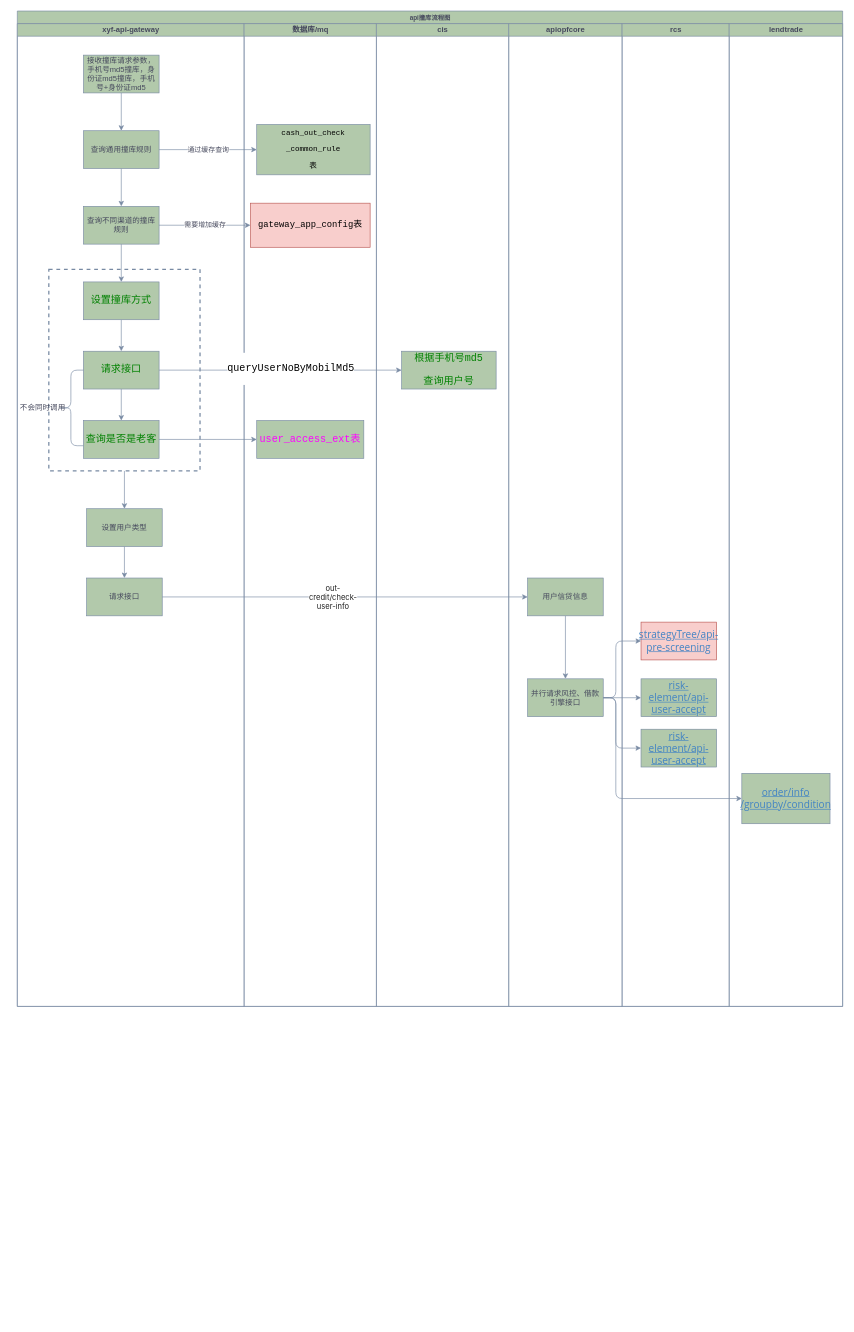
Earlier version of the draw.io diagram api撞库.drawio (yuanlj-tea/picgo). Source tidied: cells renumbered, new cells numbered last; positions are measured from the earlier drawing's top-left corner, leaving out a move shared by most shapes. Both pictures are drawn from the tidied source at 63%, with x=0, y=0 at pixel (11, 11).
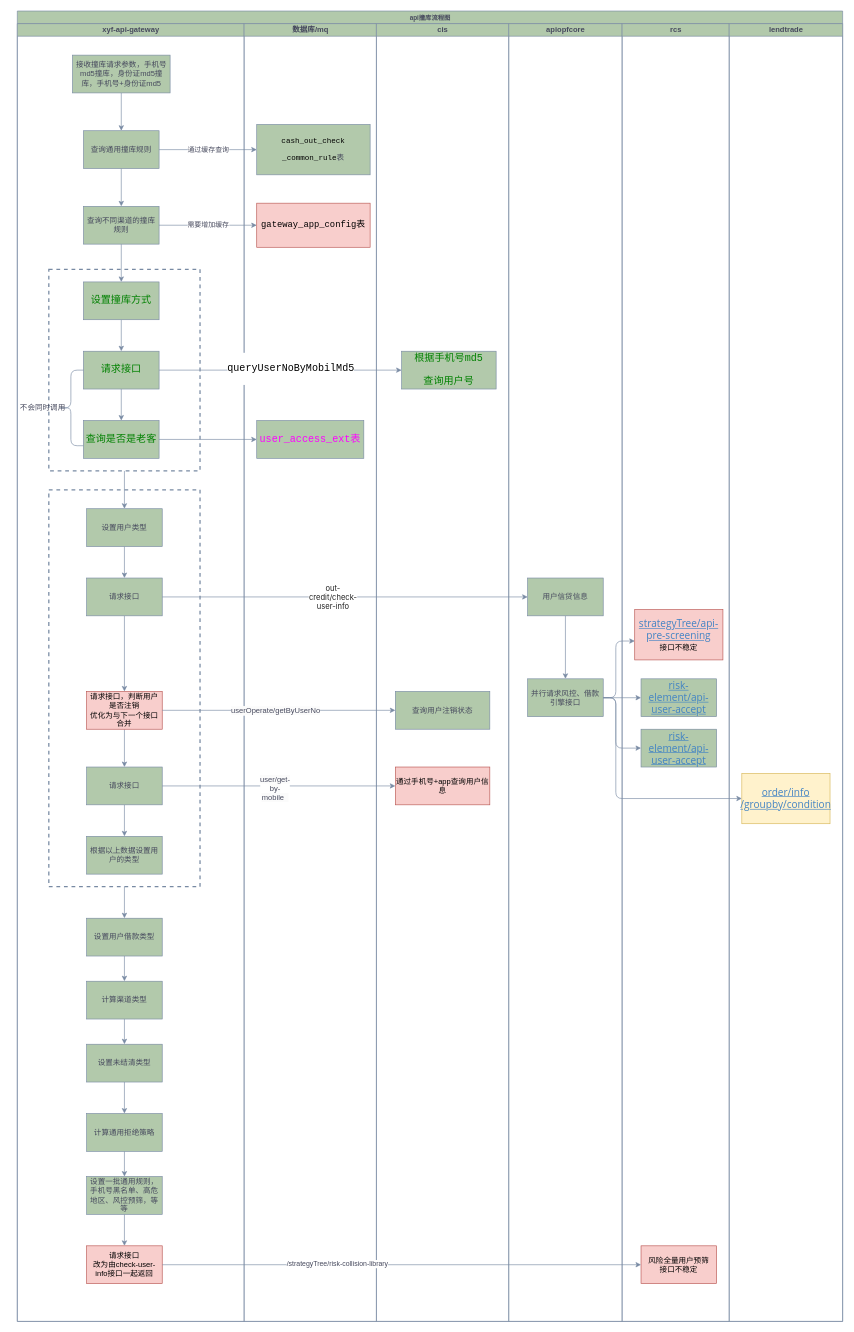
The same page after the edit.

Unchanged cells that the change refers to:
```xml
<mxCell id="21" value="请求接口" style="rounded=0;whiteSpace=wrap;html=1;fillColor=#B2C9AB;strokeColor=#788AA3;labelBackgroundColor=none;fontColor=#46495D;" parent="3" vertex="1">
  <mxGeometry x="110" y="880" width="120" height="60" as="geometry" />
</mxCell>
```

Diff of the diagram source:
```diff
@@
     <mxCell id="2" value="api撞库流程图" style="swimlane;startSize=20;html=1;labelBackgroundColor=none;fillColor=#B2C9AB;strokeColor=#788AA3;fontColor=#46495D;fontSize=10;" parent="1" vertex="1">
-      <mxGeometry x="10" width="1310" height="1580" as="geometry" />
+      <mxGeometry x="10" width="1310" height="2080" as="geometry" />
     </mxCell>
     <mxCell id="3" value="xyf-api-gateway" style="swimlane;startSize=20;html=1;labelBackgroundColor=none;fillColor=#B2C9AB;strokeColor=#788AA3;fontColor=#46495D;" parent="2" vertex="1">
-      <mxGeometry y="20" width="360" height="1560" as="geometry" />
+      <mxGeometry y="20" width="360" height="2060" as="geometry" />
     </mxCell>
+    <mxCell id="49" style="edgeStyle=orthogonalEdgeStyle;curved=0;rounded=1;jettySize=auto;html=1;entryX=0.5;entryY=0;entryDx=0;entryDy=0;strokeColor=#788AA3;align=center;verticalAlign=middle;fontFamily=Helvetica;fontSize=11;fontColor=#46495D;labelBackgroundColor=default;endArrow=classic;fillColor=#B2C9AB;" parent="3" edge="1" source="50" target="58">
+      <mxGeometry relative="1" as="geometry" />
+    </mxCell>
+    <mxCell id="50" style="rounded=0;whiteSpace=wrap;html=1;strokeColor=#788AA3;fontColor=#46495D;fillColor=none;strokeWidth=2;dashed=1;" parent="3" vertex="1">
+      <mxGeometry x="50" y="740" width="240" height="630" as="geometry" />
+    </mxCell>
@@
     <mxCell id="6" value="接收撞库请求参数，手机号md5撞库，身份证md5撞库，手机号+身份证md5" style="rounded=0;whiteSpace=wrap;html=1;fillColor=#B2C9AB;strokeColor=#788AA3;labelBackgroundColor=none;fontColor=#46495D;" parent="3" vertex="1">
-      <mxGeometry x="105" y="50" width="120" height="60" as="geometry" />
+      <mxGeometry x="87.5" y="50" width="155" height="60" as="geometry" />
     </mxCell>
@@
+    <mxCell id="51" style="edgeStyle=orthogonalEdgeStyle;curved=0;rounded=1;jettySize=auto;html=1;strokeColor=#788AA3;align=center;verticalAlign=middle;fontFamily=Helvetica;fontSize=11;fontColor=#46495D;labelBackgroundColor=default;endArrow=classic;fillColor=#B2C9AB;" parent="3" edge="1" source="21" target="53">
+      <mxGeometry relative="1" as="geometry" />
+    </mxCell>
@@
+    <mxCell id="52" style="edgeStyle=orthogonalEdgeStyle;curved=0;rounded=1;jettySize=auto;html=1;entryX=0.5;entryY=0;entryDx=0;entryDy=0;strokeColor=#788AA3;align=center;verticalAlign=middle;fontFamily=Helvetica;fontSize=11;fontColor=#46495D;labelBackgroundColor=default;endArrow=classic;fillColor=#B2C9AB;" parent="3" edge="1" source="53" target="55">
+      <mxGeometry relative="1" as="geometry" />
+    </mxCell>
+    <mxCell id="53" value="请求接口，判断用户是否注销&lt;div&gt;优化为与下一个接口合并&lt;/div&gt;" style="rounded=0;whiteSpace=wrap;html=1;fillColor=#f8cecc;strokeColor=#b85450;labelBackgroundColor=none;" parent="3" vertex="1">
+      <mxGeometry x="110" y="1060" width="120" height="60" as="geometry" />
+    </mxCell>
+    <mxCell id="54" style="edgeStyle=orthogonalEdgeStyle;curved=0;rounded=1;jettySize=auto;html=1;strokeColor=#788AA3;align=center;verticalAlign=middle;fontFamily=Helvetica;fontSize=11;fontColor=#46495D;labelBackgroundColor=default;endArrow=classic;fillColor=#B2C9AB;" parent="3" edge="1" source="55" target="56">
+      <mxGeometry relative="1" as="geometry" />
+    </mxCell>
+    <mxCell id="55" value="请求接口" style="rounded=0;whiteSpace=wrap;html=1;fillColor=#B2C9AB;strokeColor=#788AA3;labelBackgroundColor=none;fontColor=#46495D;" parent="3" vertex="1">
+      <mxGeometry x="110" y="1180" width="120" height="60" as="geometry" />
+    </mxCell>
+    <mxCell id="56" value="根据以上数据设置用户的类型" style="rounded=0;whiteSpace=wrap;html=1;fillColor=#B2C9AB;strokeColor=#788AA3;labelBackgroundColor=none;fontColor=#46495D;" parent="3" vertex="1">
+      <mxGeometry x="110" y="1290" width="120" height="60" as="geometry" />
+    </mxCell>
+    <mxCell id="57" style="edgeStyle=orthogonalEdgeStyle;curved=0;rounded=1;jettySize=auto;html=1;strokeColor=#788AA3;align=center;verticalAlign=middle;fontFamily=Helvetica;fontSize=11;fontColor=#46495D;labelBackgroundColor=default;endArrow=classic;fillColor=#B2C9AB;" parent="3" edge="1" source="58" target="60">
+      <mxGeometry relative="1" as="geometry" />
+    </mxCell>
+    <mxCell id="58" value="设置用户借款类型" style="rounded=0;whiteSpace=wrap;html=1;fillColor=#B2C9AB;strokeColor=#788AA3;labelBackgroundColor=none;fontColor=#46495D;" parent="3" vertex="1">
+      <mxGeometry x="110" y="1420" width="120" height="60" as="geometry" />
+    </mxCell>
+    <mxCell id="59" style="edgeStyle=orthogonalEdgeStyle;curved=0;rounded=1;jettySize=auto;html=1;strokeColor=#788AA3;align=center;verticalAlign=middle;fontFamily=Helvetica;fontSize=11;fontColor=#46495D;labelBackgroundColor=default;endArrow=classic;fillColor=#B2C9AB;" parent="3" edge="1" source="60" target="62">
+      <mxGeometry relative="1" as="geometry" />
+    </mxCell>
+    <mxCell id="60" value="计算渠道类型" style="rounded=0;whiteSpace=wrap;html=1;fillColor=#B2C9AB;strokeColor=#788AA3;labelBackgroundColor=none;fontColor=#46495D;" parent="3" vertex="1">
+      <mxGeometry x="110" y="1520" width="120" height="60" as="geometry" />
+    </mxCell>
+    <mxCell id="61" style="edgeStyle=orthogonalEdgeStyle;curved=0;rounded=1;jettySize=auto;html=1;strokeColor=#788AA3;align=center;verticalAlign=middle;fontFamily=Helvetica;fontSize=11;fontColor=#46495D;labelBackgroundColor=default;endArrow=classic;fillColor=#B2C9AB;" parent="3" edge="1" source="62" target="64">
+      <mxGeometry relative="1" as="geometry" />
+    </mxCell>
+    <mxCell id="62" value="设置未结清类型" style="rounded=0;whiteSpace=wrap;html=1;fillColor=#B2C9AB;strokeColor=#788AA3;labelBackgroundColor=none;fontColor=#46495D;" parent="3" vertex="1">
+      <mxGeometry x="110" y="1620" width="120" height="60" as="geometry" />
+    </mxCell>
+    <mxCell id="63" style="edgeStyle=orthogonalEdgeStyle;curved=0;rounded=1;jettySize=auto;html=1;strokeColor=#788AA3;align=center;verticalAlign=middle;fontFamily=Helvetica;fontSize=11;fontColor=#46495D;labelBackgroundColor=default;endArrow=classic;fillColor=#B2C9AB;" parent="3" edge="1" source="64" target="66">
+      <mxGeometry relative="1" as="geometry" />
+    </mxCell>
+    <mxCell id="64" value="计算通用拒绝策略" style="rounded=0;whiteSpace=wrap;html=1;fillColor=#B2C9AB;strokeColor=#788AA3;labelBackgroundColor=none;fontColor=#46495D;" parent="3" vertex="1">
+      <mxGeometry x="110" y="1730" width="120" height="60" as="geometry" />
+    </mxCell>
+    <mxCell id="65" style="edgeStyle=orthogonalEdgeStyle;curved=0;rounded=1;jettySize=auto;html=1;strokeColor=#788AA3;align=center;verticalAlign=middle;fontFamily=Helvetica;fontSize=11;fontColor=#46495D;labelBackgroundColor=default;endArrow=classic;fillColor=#B2C9AB;" parent="3" edge="1" source="66" target="67">
+      <mxGeometry relative="1" as="geometry" />
+    </mxCell>
+    <mxCell id="66" value="设置一批通用规则，手机号黑名单、高危地区、风控预筛，等等" style="rounded=0;whiteSpace=wrap;html=1;fillColor=#B2C9AB;strokeColor=#788AA3;labelBackgroundColor=none;fontColor=#46495D;" parent="3" vertex="1">
+      <mxGeometry x="110" y="1830" width="120" height="60" as="geometry" />
+    </mxCell>
+    <mxCell id="67" value="请求接口&lt;div&gt;改为由check-user-info接口一起返回&lt;/div&gt;" style="rounded=0;whiteSpace=wrap;html=1;fillColor=#f8cecc;strokeColor=#b85450;labelBackgroundColor=none;" parent="3" vertex="1">
+      <mxGeometry x="110" y="1940" width="120" height="60" as="geometry" />
+    </mxCell>
     <mxCell id="22" value="数据库/mq" style="swimlane;startSize=20;html=1;labelBackgroundColor=none;fillColor=#B2C9AB;strokeColor=#788AA3;fontColor=#46495D;" parent="2" vertex="1">
-      <mxGeometry x="360" y="20" width="210" height="1560" as="geometry" />
+      <mxGeometry x="360" y="20" width="210" height="2060" as="geometry" />
     </mxCell>
-    <mxCell id="23" value="&lt;div style=&quot;font-family: Menlo-Regular, monospace; font-size: 12px;&quot;&gt;&lt;pre style=&quot;&quot;&gt;&lt;font color=&quot;#000000&quot;&gt;cash_out_check&lt;/font&gt;&lt;/pre&gt;&lt;pre style=&quot;&quot;&gt;&lt;font color=&quot;#000000&quot;&gt;_common_rule&lt;/font&gt;&lt;/pre&gt;&lt;pre style=&quot;&quot;&gt;&lt;font color=&quot;#000000&quot;&gt;表&lt;/font&gt;&lt;/pre&gt;&lt;/div&gt;" style="html=1;fillColor=#B2C9AB;strokeColor=#788AA3;fontColor=#46495D;rounded=0;labelBackgroundColor=none;fontSize=11;whiteSpace=wrap;" parent="22" vertex="1">
+    <mxCell id="23" value="&lt;div style=&quot;font-family: Menlo-Regular, monospace; font-size: 12px;&quot;&gt;&lt;pre style=&quot;&quot;&gt;&lt;font color=&quot;#000000&quot;&gt;cash_out_check&lt;/font&gt;&lt;/pre&gt;&lt;pre style=&quot;&quot;&gt;&lt;font color=&quot;#000000&quot;&gt;_common_rule&lt;/font&gt;表&lt;/pre&gt;&lt;/div&gt;" style="html=1;fillColor=#B2C9AB;strokeColor=#788AA3;fontColor=#46495D;rounded=0;labelBackgroundColor=none;fontSize=11;whiteSpace=wrap;" parent="22" vertex="1">
       <mxGeometry x="20" y="160" width="180" height="80" as="geometry" />
     </mxCell>
     <mxCell id="24" value="&lt;div style=&quot;font-family: Menlo-Regular, monospace;&quot;&gt;&lt;pre style=&quot;&quot;&gt;&lt;font style=&quot;font-size: 14px;&quot;&gt;gateway_app_config表&lt;/font&gt;&lt;/pre&gt;&lt;/div&gt;" style="rounded=0;whiteSpace=wrap;html=1;fillColor=#f8cecc;strokeColor=#b85450;labelBackgroundColor=none;" parent="22" vertex="1">
-      <mxGeometry x="10" y="285" width="190" height="70" as="geometry" />
+      <mxGeometry x="20" y="285" width="180" height="70" as="geometry" />
     </mxCell>
@@
     <mxCell id="26" value="cis" style="swimlane;startSize=20;html=1;labelBackgroundColor=none;fillColor=#B2C9AB;strokeColor=#788AA3;fontColor=#46495D;" parent="2" vertex="1">
-      <mxGeometry x="570" y="20" width="210" height="1560" as="geometry" />
+      <mxGeometry x="570" y="20" width="210" height="2060" as="geometry" />
     </mxCell>
@@
+    <mxCell id="68" value="查询用户注销状态" style="rounded=0;whiteSpace=wrap;html=1;fillColor=#B2C9AB;strokeColor=#788AA3;labelBackgroundColor=none;fontColor=#46495D;" parent="26" vertex="1">
+      <mxGeometry x="30" y="1060" width="150" height="60" as="geometry" />
+    </mxCell>
+    <mxCell id="69" value="通过手机号+app查询用户信息" style="rounded=0;whiteSpace=wrap;html=1;fillColor=#f8cecc;strokeColor=#b85450;labelBackgroundColor=none;" parent="26" vertex="1">
+      <mxGeometry x="30" y="1180" width="150" height="60" as="geometry" />
+    </mxCell>
     <mxCell id="28" value="apiopfcore" style="swimlane;startSize=20;html=1;labelBackgroundColor=none;fillColor=#B2C9AB;strokeColor=#788AA3;fontColor=#46495D;" parent="2" vertex="1">
-      <mxGeometry x="780" y="20" width="180" height="1560" as="geometry" />
+      <mxGeometry x="780" y="20" width="180" height="2060" as="geometry" />
     </mxCell>
@@
     <mxCell id="32" value="rcs" style="swimlane;startSize=20;html=1;labelBackgroundColor=none;fillColor=#B2C9AB;strokeColor=#788AA3;fontColor=#46495D;" parent="2" vertex="1">
-      <mxGeometry x="960" y="20" width="170" height="1560" as="geometry" />
+      <mxGeometry x="960" y="20" width="170" height="2060" as="geometry" />
     </mxCell>
-    <mxCell id="33" value="&lt;a style=&quot;box-sizing: border-box; cursor: pointer; color: rgb(65, 131, 196); -webkit-user-drag: none; font-family: &amp;quot;Open Sans&amp;quot;, &amp;quot;Clear Sans&amp;quot;, &amp;quot;Helvetica Neue&amp;quot;, Helvetica, Arial, &amp;quot;Segoe UI Emoji&amp;quot;, sans-serif; font-size: 16px; orphans: 4; text-align: start; white-space-collapse: preserve; text-size-adjust: auto;&quot; href=&quot;http://rcs-provider.xinfei.io/strategyTree/api-pre-screening&quot;&gt;strategyTree/api-pre-screening&lt;/a&gt;" style="rounded=0;whiteSpace=wrap;html=1;fillColor=#f8cecc;strokeColor=#b85450;labelBackgroundColor=none;" parent="32" vertex="1">
-      <mxGeometry x="30" y="950" width="120" height="60" as="geometry" />
+    <mxCell id="33" value="&lt;a style=&quot;box-sizing: border-box; cursor: pointer; color: rgb(65, 131, 196); -webkit-user-drag: none; font-family: &amp;quot;Open Sans&amp;quot;, &amp;quot;Clear Sans&amp;quot;, &amp;quot;Helvetica Neue&amp;quot;, Helvetica, Arial, &amp;quot;Segoe UI Emoji&amp;quot;, sans-serif; font-size: 16px; orphans: 4; text-align: start; white-space-collapse: preserve; text-size-adjust: auto;&quot; href=&quot;http://rcs-provider.xinfei.io/strategyTree/api-pre-screening&quot;&gt;strategyTree/api-pre-screening&lt;/a&gt;&lt;div&gt;接口不稳定&lt;/div&gt;" style="rounded=0;whiteSpace=wrap;html=1;fillColor=#f8cecc;strokeColor=#b85450;labelBackgroundColor=none;" parent="32" vertex="1">
+      <mxGeometry x="20" y="930" width="140" height="80" as="geometry" />
     </mxCell>
@@
+    <mxCell id="70" value="风险全量用户预筛&lt;div&gt;接口不稳定&lt;/div&gt;" style="rounded=0;whiteSpace=wrap;html=1;fillColor=#f8cecc;strokeColor=#b85450;labelBackgroundColor=none;" parent="32" vertex="1">
+      <mxGeometry x="30" y="1940" width="120" height="60" as="geometry" />
+    </mxCell>
     <mxCell id="36" value="lendtrade" style="swimlane;startSize=20;html=1;labelBackgroundColor=none;fillColor=#B2C9AB;strokeColor=#788AA3;fontColor=#46495D;" parent="2" vertex="1">
-      <mxGeometry x="1130" y="20" width="180" height="1560" as="geometry" />
+      <mxGeometry x="1130" y="20" width="180" height="2060" as="geometry" />
     </mxCell>
-    <mxCell id="37" value="&lt;a style=&quot;box-sizing: border-box; cursor: pointer; color: rgb(65, 131, 196); outline: 0px; -webkit-user-drag: none; font-family: &amp;quot;Open Sans&amp;quot;, &amp;quot;Clear Sans&amp;quot;, &amp;quot;Helvetica Neue&amp;quot;, Helvetica, Arial, &amp;quot;Segoe UI Emoji&amp;quot;, sans-serif; font-size: 16px; orphans: 4; text-align: start; white-space-collapse: preserve; text-size-adjust: auto;&quot; href=&quot;http://lendtrade.xinfei.io/lend/query/v1/order/info/groupby/condition&quot;&gt;order/info&lt;/a&gt;&lt;div&gt;&lt;a style=&quot;box-sizing: border-box; cursor: pointer; color: rgb(65, 131, 196); outline: 0px; -webkit-user-drag: none; font-family: &amp;quot;Open Sans&amp;quot;, &amp;quot;Clear Sans&amp;quot;, &amp;quot;Helvetica Neue&amp;quot;, Helvetica, Arial, &amp;quot;Segoe UI Emoji&amp;quot;, sans-serif; font-size: 16px; orphans: 4; text-align: start; white-space-collapse: preserve; text-size-adjust: auto;&quot; href=&quot;http://lendtrade.xinfei.io/lend/query/v1/order/info/groupby/condition&quot;&gt;/groupby/&lt;/a&gt;&lt;a style=&quot;background-color: initial; white-space-collapse: preserve; box-sizing: border-box; cursor: pointer; color: rgb(65, 131, 196); outline: 0px; -webkit-user-drag: none; font-family: &amp;quot;Open Sans&amp;quot;, &amp;quot;Clear Sans&amp;quot;, &amp;quot;Helvetica Neue&amp;quot;, Helvetica, Arial, &amp;quot;Segoe UI Emoji&amp;quot;, sans-serif; font-size: 16px; orphans: 4; text-align: start; text-size-adjust: auto;&quot; href=&quot;http://lendtrade.xinfei.io/lend/query/v1/order/info/groupby/condition&quot;&gt;condition&lt;/a&gt;&lt;/div&gt;" style="rounded=0;html=1;fillColor=#B2C9AB;strokeColor=#788AA3;labelBackgroundColor=none;fontColor=#46495D;whiteSpace=wrap;" parent="36" vertex="1">
+    <mxCell id="37" value="&lt;a style=&quot;box-sizing: border-box; cursor: pointer; color: rgb(65, 131, 196); outline: 0px; -webkit-user-drag: none; font-family: &amp;quot;Open Sans&amp;quot;, &amp;quot;Clear Sans&amp;quot;, &amp;quot;Helvetica Neue&amp;quot;, Helvetica, Arial, &amp;quot;Segoe UI Emoji&amp;quot;, sans-serif; font-size: 16px; orphans: 4; text-align: start; white-space-collapse: preserve; text-size-adjust: auto;&quot; href=&quot;http://lendtrade.xinfei.io/lend/query/v1/order/info/groupby/condition&quot;&gt;order/info&lt;/a&gt;&lt;div&gt;&lt;a style=&quot;box-sizing: border-box; cursor: pointer; color: rgb(65, 131, 196); outline: 0px; -webkit-user-drag: none; font-family: &amp;quot;Open Sans&amp;quot;, &amp;quot;Clear Sans&amp;quot;, &amp;quot;Helvetica Neue&amp;quot;, Helvetica, Arial, &amp;quot;Segoe UI Emoji&amp;quot;, sans-serif; font-size: 16px; orphans: 4; text-align: start; white-space-collapse: preserve; text-size-adjust: auto;&quot; href=&quot;http://lendtrade.xinfei.io/lend/query/v1/order/info/groupby/condition&quot;&gt;/groupby/&lt;/a&gt;&lt;a style=&quot;background-color: initial; white-space-collapse: preserve; box-sizing: border-box; cursor: pointer; color: rgb(65, 131, 196); outline: 0px; -webkit-user-drag: none; font-family: &amp;quot;Open Sans&amp;quot;, &amp;quot;Clear Sans&amp;quot;, &amp;quot;Helvetica Neue&amp;quot;, Helvetica, Arial, &amp;quot;Segoe UI Emoji&amp;quot;, sans-serif; font-size: 16px; orphans: 4; text-align: start; text-size-adjust: auto;&quot; href=&quot;http://lendtrade.xinfei.io/lend/query/v1/order/info/groupby/condition&quot;&gt;condition&lt;/a&gt;&lt;/div&gt;" style="rounded=0;html=1;fillColor=#fff2cc;strokeColor=#d6b656;labelBackgroundColor=none;whiteSpace=wrap;" parent="36" vertex="1">
       <mxGeometry x="20" y="1190" width="140" height="80" as="geometry" />
     </mxCell>
@@
+    <mxCell id="71" style="edgeStyle=orthogonalEdgeStyle;curved=0;rounded=1;jettySize=auto;html=1;entryX=0;entryY=0.5;entryDx=0;entryDy=0;strokeColor=#788AA3;align=center;verticalAlign=middle;fontFamily=Helvetica;fontSize=11;fontColor=#46495D;labelBackgroundColor=default;endArrow=classic;fillColor=#B2C9AB;" parent="2" edge="1" source="53" target="68">
+      <mxGeometry relative="1" as="geometry" />
+    </mxCell>
+    <mxCell id="72" value="&lt;span style=&quot;font-size: 12px; text-wrap: wrap; background-color: rgb(251, 251, 251);&quot;&gt;userOperate/getByUserNo&lt;/span&gt;" style="edgeLabel;html=1;align=center;verticalAlign=middle;strokeColor=#788AA3;fontFamily=Helvetica;fontSize=11;fontColor=#46495D;labelBackgroundColor=default;fillColor=#B2C9AB;" parent="71" vertex="1">
+      <mxGeometry x="-0.03" relative="1" as="geometry" />
+    </mxCell>
+    <mxCell id="73" style="edgeStyle=orthogonalEdgeStyle;curved=0;rounded=1;jettySize=auto;html=1;entryX=0;entryY=0.5;entryDx=0;entryDy=0;strokeColor=#788AA3;align=center;verticalAlign=middle;fontFamily=Helvetica;fontSize=11;fontColor=#46495D;labelBackgroundColor=default;endArrow=classic;fillColor=#B2C9AB;" parent="2" edge="1" source="55" target="69">
+      <mxGeometry relative="1" as="geometry" />
+    </mxCell>
+    <mxCell id="74" style="edgeLabel;html=1;align=center;verticalAlign=middle;strokeColor=#788AA3;fontFamily=Helvetica;fontSize=11;fontColor=#46495D;labelBackgroundColor=default;fillColor=#B2C9AB;" parent="73" vertex="1">
+      <mxGeometry x="-0.06" y="4" relative="1" as="geometry" />
+    </mxCell>
+    <mxCell id="75" style="edgeLabel;html=1;align=center;verticalAlign=middle;strokeColor=#788AA3;fontFamily=Helvetica;fontSize=11;fontColor=#46495D;labelBackgroundColor=default;fillColor=#B2C9AB;" parent="73" vertex="1">
+      <mxGeometry x="-0.1" y="4" relative="1" as="geometry" />
+    </mxCell>
+    <mxCell id="76" value="&lt;span style=&quot;font-size: 12px; text-wrap: wrap; background-color: rgb(251, 251, 251);&quot;&gt;user/get-by-mobile&amp;nbsp;&amp;nbsp;&lt;/span&gt;" style="edgeLabel;html=1;align=center;verticalAlign=middle;strokeColor=#788AA3;fontFamily=Helvetica;fontSize=11;fontColor=#46495D;labelBackgroundColor=default;fillColor=#B2C9AB;" parent="73" vertex="1">
+      <mxGeometry x="-0.04" y="-3" relative="1" as="geometry" />
+    </mxCell>
+    <mxCell id="77" style="edgeStyle=orthogonalEdgeStyle;curved=0;rounded=1;jettySize=auto;html=1;strokeColor=#788AA3;align=center;verticalAlign=middle;fontFamily=Helvetica;fontSize=11;fontColor=#46495D;labelBackgroundColor=default;endArrow=classic;fillColor=#B2C9AB;" parent="2" edge="1" source="67" target="70">
+      <mxGeometry relative="1" as="geometry" />
+    </mxCell>
+    <mxCell id="78" value="/strategyTree/risk-collision-library" style="edgeLabel;html=1;align=center;verticalAlign=middle;strokeColor=#788AA3;fontFamily=Helvetica;fontSize=11;fontColor=#46495D;labelBackgroundColor=default;fillColor=#B2C9AB;" parent="77" vertex="1">
+      <mxGeometry x="-0.27" y="2" relative="1" as="geometry" />
+    </mxCell>
```
